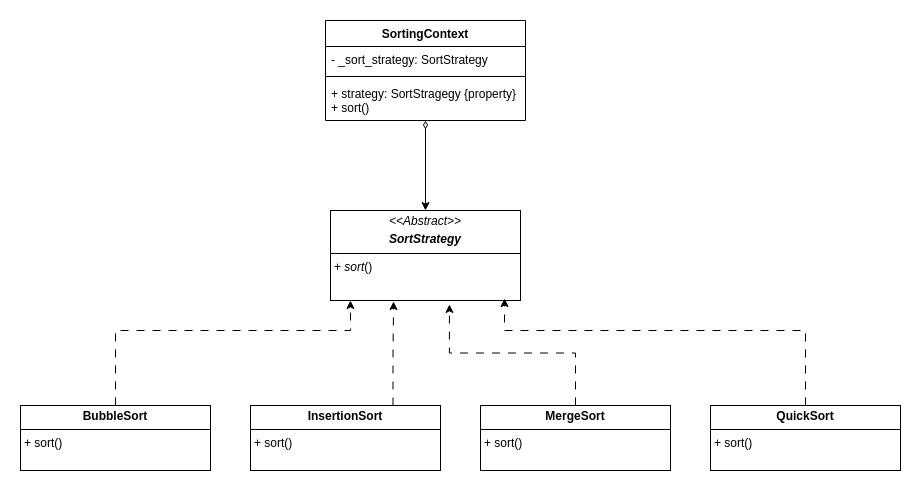
Above: strategy/strategy_sort.png in gustavokubiack/design-patterns (draw.io), before the change. Source tidied: cells renumbered, new cells last; positions are measured from the earlier drawing's top-left corner, leaving out a move shared by most shapes.
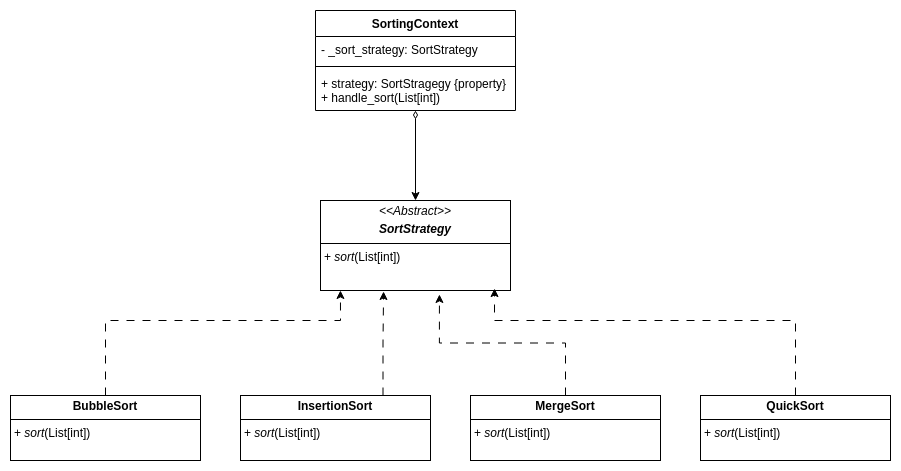
After the change.

Commit message:
feat: implement sort algorithms

What changed in the source:
```diff
@@ -2,7 +2,7 @@
   <root>
     <mxCell id="0" />
     <mxCell id="1" parent="0" />
-    <mxCell id="2" value="&lt;p style=&quot;margin:0px;margin-top:4px;text-align:center;&quot;&gt;&lt;i&gt;&amp;lt;&amp;lt;Abstract&amp;gt;&amp;gt;&lt;/i&gt;&lt;br&gt;&lt;/p&gt;&lt;p style=&quot;margin:0px;margin-top:4px;text-align:center;&quot;&gt;&lt;i&gt;&lt;b&gt;SortStrategy&lt;/b&gt;&lt;/i&gt;&lt;/p&gt;&lt;hr size=&quot;1&quot; style=&quot;border-style:solid;&quot;&gt;&lt;p style=&quot;margin:0px;margin-left:4px;&quot;&gt;+ &lt;i&gt;sort&lt;/i&gt;()&lt;br&gt;&lt;/p&gt;" style="verticalAlign=top;align=left;overflow=fill;html=1;whiteSpace=wrap;" parent="1" vertex="1">
+    <mxCell id="2" value="&lt;p style=&quot;margin:0px;margin-top:4px;text-align:center;&quot;&gt;&lt;i&gt;&amp;lt;&amp;lt;Abstract&amp;gt;&amp;gt;&lt;/i&gt;&lt;br&gt;&lt;/p&gt;&lt;p style=&quot;margin:0px;margin-top:4px;text-align:center;&quot;&gt;&lt;i&gt;&lt;b&gt;SortStrategy&lt;/b&gt;&lt;/i&gt;&lt;/p&gt;&lt;hr size=&quot;1&quot; style=&quot;border-style:solid;&quot;&gt;&lt;p style=&quot;margin:0px;margin-left:4px;&quot;&gt;+ &lt;i&gt;sort&lt;/i&gt;(List[int])&lt;br&gt;&lt;/p&gt;" style="verticalAlign=top;align=left;overflow=fill;html=1;whiteSpace=wrap;" parent="1" vertex="1">
       <mxGeometry x="310" y="190" width="190" height="90" as="geometry" />
     </mxCell>
     <mxCell id="3" style="edgeStyle=orthogonalEdgeStyle;rounded=0;jettySize=auto;html=1;exitX=0.5;exitY=0;exitDx=0;exitDy=0;entryX=0.105;entryY=1;entryDx=0;entryDy=0;entryPerimeter=0;dashed=1;sourcePerimeterSpacing=0;dashPattern=8 8;" parent="1" edge="1" source="4" target="2">
@@ -13,16 +13,16 @@
         </Array>
       </mxGeometry>
     </mxCell>
-    <mxCell id="4" value="&lt;p style=&quot;margin:0px;margin-top:4px;text-align:center;&quot;&gt;&lt;span style=&quot;background-color: initial;&quot;&gt;&lt;b style=&quot;&quot;&gt;BubbleSort&lt;/b&gt;&lt;/span&gt;&lt;br&gt;&lt;/p&gt;&lt;hr size=&quot;1&quot; style=&quot;border-style:solid;&quot;&gt;&lt;p style=&quot;margin:0px;margin-left:4px;&quot;&gt;+ sort()&lt;br&gt;&lt;/p&gt;" style="verticalAlign=top;align=left;overflow=fill;html=1;whiteSpace=wrap;" parent="1" vertex="1">
+    <mxCell id="4" value="&lt;p style=&quot;margin:0px;margin-top:4px;text-align:center;&quot;&gt;&lt;span style=&quot;background-color: initial;&quot;&gt;&lt;b style=&quot;&quot;&gt;BubbleSort&lt;/b&gt;&lt;/span&gt;&lt;br&gt;&lt;/p&gt;&lt;hr size=&quot;1&quot; style=&quot;border-style:solid;&quot;&gt;&lt;p style=&quot;margin:0px;margin-left:4px;&quot;&gt;+&amp;nbsp;&lt;i&gt;sort&lt;/i&gt;(List[int])&lt;br&gt;&lt;/p&gt;" style="verticalAlign=top;align=left;overflow=fill;html=1;whiteSpace=wrap;" parent="1" vertex="1">
       <mxGeometry y="385" width="190" height="65" as="geometry" />
     </mxCell>
-    <mxCell id="5" value="&lt;p style=&quot;margin:0px;margin-top:4px;text-align:center;&quot;&gt;&lt;span style=&quot;background-color: initial;&quot;&gt;&lt;b style=&quot;&quot;&gt;InsertionSort&lt;/b&gt;&lt;/span&gt;&lt;br&gt;&lt;/p&gt;&lt;hr size=&quot;1&quot; style=&quot;border-style:solid;&quot;&gt;&lt;p style=&quot;margin:0px;margin-left:4px;&quot;&gt;+ sort()&lt;br&gt;&lt;/p&gt;" style="verticalAlign=top;align=left;overflow=fill;html=1;whiteSpace=wrap;" parent="1" vertex="1">
+    <mxCell id="5" value="&lt;p style=&quot;margin:0px;margin-top:4px;text-align:center;&quot;&gt;&lt;span style=&quot;background-color: initial;&quot;&gt;&lt;b style=&quot;&quot;&gt;InsertionSort&lt;/b&gt;&lt;/span&gt;&lt;br&gt;&lt;/p&gt;&lt;hr size=&quot;1&quot; style=&quot;border-style:solid;&quot;&gt;&lt;p style=&quot;margin:0px;margin-left:4px;&quot;&gt;+&amp;nbsp;&lt;i&gt;sort&lt;/i&gt;(List[int])&lt;br&gt;&lt;/p&gt;" style="verticalAlign=top;align=left;overflow=fill;html=1;whiteSpace=wrap;" parent="1" vertex="1">
       <mxGeometry x="230" y="385" width="190" height="65" as="geometry" />
     </mxCell>
-    <mxCell id="6" value="&lt;p style=&quot;margin:0px;margin-top:4px;text-align:center;&quot;&gt;&lt;span style=&quot;background-color: initial;&quot;&gt;&lt;b style=&quot;&quot;&gt;MergeSort&lt;/b&gt;&lt;/span&gt;&lt;br&gt;&lt;/p&gt;&lt;hr size=&quot;1&quot; style=&quot;border-style:solid;&quot;&gt;&lt;p style=&quot;margin:0px;margin-left:4px;&quot;&gt;+ sort()&lt;br&gt;&lt;/p&gt;" style="verticalAlign=top;align=left;overflow=fill;html=1;whiteSpace=wrap;" parent="1" vertex="1">
+    <mxCell id="6" value="&lt;p style=&quot;margin:0px;margin-top:4px;text-align:center;&quot;&gt;&lt;span style=&quot;background-color: initial;&quot;&gt;&lt;b style=&quot;&quot;&gt;MergeSort&lt;/b&gt;&lt;/span&gt;&lt;br&gt;&lt;/p&gt;&lt;hr size=&quot;1&quot; style=&quot;border-style:solid;&quot;&gt;&lt;p style=&quot;margin:0px;margin-left:4px;&quot;&gt;+&amp;nbsp;&lt;i&gt;sort&lt;/i&gt;(List[int])&lt;br&gt;&lt;/p&gt;" style="verticalAlign=top;align=left;overflow=fill;html=1;whiteSpace=wrap;" parent="1" vertex="1">
       <mxGeometry x="460" y="385" width="190" height="65" as="geometry" />
     </mxCell>
-    <mxCell id="7" value="&lt;p style=&quot;margin:0px;margin-top:4px;text-align:center;&quot;&gt;&lt;span style=&quot;background-color: initial;&quot;&gt;&lt;b style=&quot;&quot;&gt;QuickSort&lt;/b&gt;&lt;/span&gt;&lt;br&gt;&lt;/p&gt;&lt;hr size=&quot;1&quot; style=&quot;border-style:solid;&quot;&gt;&lt;p style=&quot;margin:0px;margin-left:4px;&quot;&gt;+ sort()&lt;br&gt;&lt;/p&gt;" style="verticalAlign=top;align=left;overflow=fill;html=1;whiteSpace=wrap;" parent="1" vertex="1">
+    <mxCell id="7" value="&lt;p style=&quot;margin:0px;margin-top:4px;text-align:center;&quot;&gt;&lt;span style=&quot;background-color: initial;&quot;&gt;&lt;b style=&quot;&quot;&gt;QuickSort&lt;/b&gt;&lt;/span&gt;&lt;br&gt;&lt;/p&gt;&lt;hr size=&quot;1&quot; style=&quot;border-style:solid;&quot;&gt;&lt;p style=&quot;margin:0px;margin-left:4px;&quot;&gt;+&amp;nbsp;&lt;i&gt;sort&lt;/i&gt;(List[int])&lt;br&gt;&lt;/p&gt;" style="verticalAlign=top;align=left;overflow=fill;html=1;whiteSpace=wrap;" parent="1" vertex="1">
       <mxGeometry x="690" y="385" width="190" height="65" as="geometry" />
     </mxCell>
     <mxCell id="8" style="edgeStyle=orthogonalEdgeStyle;rounded=0;jettySize=auto;html=1;exitX=0.75;exitY=0;exitDx=0;exitDy=0;entryX=0.332;entryY=1.011;entryDx=0;entryDy=0;entryPerimeter=0;dashed=1;dashPattern=8 8;" parent="1" edge="1" source="5" target="2">
@@ -51,7 +51,7 @@
     <mxCell id="14" style="line;strokeWidth=1;fillColor=none;align=left;verticalAlign=middle;spacingTop=-1;spacingLeft=3;spacingRight=3;labelPosition=right;strokeColor=inherit;" parent="12" vertex="1">
       <mxGeometry y="52" width="200" height="8" as="geometry" />
     </mxCell>
-    <mxCell id="15" value="&lt;div&gt;+ strategy: SortStragegy {property}&lt;/div&gt;&lt;div&gt;+ sort()&lt;br&gt;&lt;div&gt;&lt;br&gt;&lt;/div&gt;&lt;/div&gt;" style="text;strokeColor=none;fillColor=none;align=left;verticalAlign=top;spacingLeft=4;spacingRight=4;overflow=hidden;whiteSpace=wrap;html=1;" parent="12" vertex="1">
+    <mxCell id="15" value="&lt;div&gt;+ strategy: SortStragegy {property}&lt;/div&gt;&lt;div&gt;+ handle_sort(List[int])&lt;br&gt;&lt;div&gt;&lt;br&gt;&lt;/div&gt;&lt;/div&gt;" style="text;strokeColor=none;fillColor=none;align=left;verticalAlign=top;spacingLeft=4;spacingRight=4;overflow=hidden;whiteSpace=wrap;html=1;" parent="12" vertex="1">
       <mxGeometry y="60" width="200" height="40" as="geometry" />
     </mxCell>
   </root>
```
